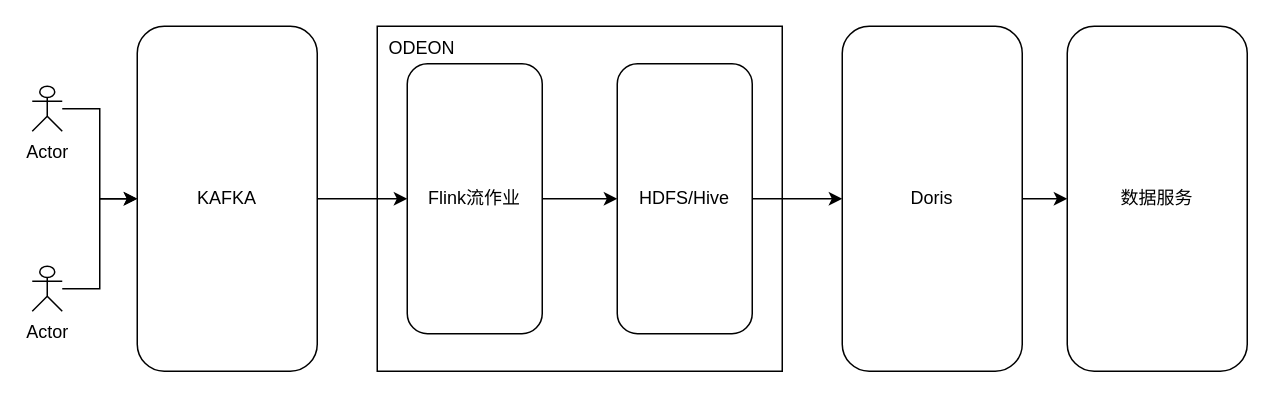
The draw.io diagram H5页面活动.drawio in shaozc3g/draw_io, before the edit. Source tidied: cells renumbered, new cells numbered last; positions are measured from the earlier drawing's top-left corner, leaving out a move shared by most shapes. Both pictures are drawn from the tidied source at 150%, with x=0, y=0 at pixel (32, 26).
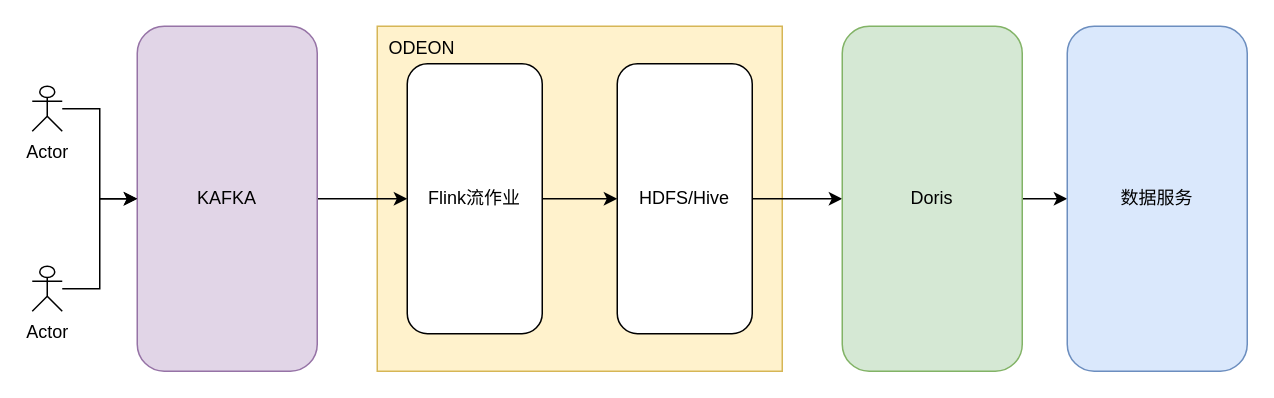
The same page after the edit.

Commit message (it also covers changes not shown here):
更新H5页面活动.drawio

The edit, as a diff of the source:
```diff
@@
 <mxGraphModel>
   <root>
     <mxCell id="0" />
     <mxCell id="1" parent="0" />
-    <mxCell id="2" style="rounded=0;whiteSpace=wrap;html=1;" parent="1" vertex="1">
+    <mxCell id="2" style="rounded=0;whiteSpace=wrap;html=1;fillColor=#fff2cc;strokeColor=#d6b656;" parent="1" vertex="1">
       <mxGeometry x="230" width="270" height="230" as="geometry" />
     </mxCell>
     <mxCell id="3" style="edgeStyle=orthogonalEdgeStyle;rounded=0;jettySize=auto;html=1;" parent="1" edge="1" source="4" target="12">
       <mxGeometry relative="1" as="geometry" />
     </mxCell>
-    <mxCell id="4" style="rounded=1;whiteSpace=wrap;html=1;" parent="1" vertex="1">
+    <mxCell id="4" style="rounded=1;whiteSpace=wrap;html=1;fillColor=#e1d5e7;strokeColor=#9673a6;" parent="1" vertex="1">
       <mxGeometry x="70" width="120" height="230" as="geometry" />
     </mxCell>
     <mxCell id="5" style="edgeStyle=orthogonalEdgeStyle;rounded=0;jettySize=auto;html=1;" parent="1" edge="1" source="6" target="4">
       <mxGeometry relative="1" as="geometry" />
     </mxCell>
     <mxCell id="6" value="Actor" style="shape=umlActor;verticalLabelPosition=bottom;verticalAlign=top;html=1;outlineConnect=0;" parent="1" vertex="1">
       <mxGeometry y="40" width="20" height="30" as="geometry" />
     </mxCell>
     <mxCell id="7" style="edgeStyle=orthogonalEdgeStyle;rounded=0;jettySize=auto;html=1;" parent="1" edge="1" source="8" target="4">
       <mxGeometry relative="1" as="geometry" />
     </mxCell>
     <mxCell id="8" value="Actor" style="shape=umlActor;verticalLabelPosition=bottom;verticalAlign=top;html=1;outlineConnect=0;" parent="1" vertex="1">
       <mxGeometry y="160" width="20" height="30" as="geometry" />
     </mxCell>
     <mxCell id="9" value="KAFKA" style="text;html=1;align=center;verticalAlign=middle;whiteSpace=wrap;rounded=0;" parent="1" vertex="1">
       <mxGeometry x="100" y="100" width="60" height="30" as="geometry" />
     </mxCell>
     <mxCell id="10" value="ODEON" style="text;html=1;align=center;verticalAlign=middle;whiteSpace=wrap;rounded=0;" parent="1" vertex="1">
       <mxGeometry x="230" width="60" height="30" as="geometry" />
     </mxCell>
     <mxCell id="11" style="edgeStyle=orthogonalEdgeStyle;rounded=0;jettySize=auto;html=1;" parent="1" edge="1" source="12" target="14">
       <mxGeometry relative="1" as="geometry" />
     </mxCell>
     <mxCell id="12" value="Flink流作业" style="rounded=1;whiteSpace=wrap;html=1;" parent="1" vertex="1">
       <mxGeometry x="250" y="25" width="90" height="180" as="geometry" />
     </mxCell>
     <mxCell id="13" style="edgeStyle=orthogonalEdgeStyle;rounded=0;jettySize=auto;html=1;" parent="1" edge="1" source="14" target="16">
       <mxGeometry relative="1" as="geometry" />
     </mxCell>
     <mxCell id="14" value="HDFS/Hive" style="rounded=1;whiteSpace=wrap;html=1;" parent="1" vertex="1">
       <mxGeometry x="390" y="25" width="90" height="180" as="geometry" />
     </mxCell>
     <mxCell id="15" style="edgeStyle=orthogonalEdgeStyle;rounded=0;jettySize=auto;html=1;" parent="1" edge="1" source="16" target="17">
       <mxGeometry relative="1" as="geometry" />
     </mxCell>
-    <mxCell id="16" value="Doris" style="rounded=1;whiteSpace=wrap;html=1;" parent="1" vertex="1">
+    <mxCell id="16" value="Doris" style="rounded=1;whiteSpace=wrap;html=1;fillColor=#d5e8d4;strokeColor=#82b366;" parent="1" vertex="1">
       <mxGeometry x="540" width="120" height="230" as="geometry" />
     </mxCell>
-    <mxCell id="17" value="数据服务" style="rounded=1;whiteSpace=wrap;html=1;" parent="1" vertex="1">
+    <mxCell id="17" value="数据服务" style="rounded=1;whiteSpace=wrap;html=1;fillColor=#dae8fc;strokeColor=#6c8ebf;" parent="1" vertex="1">
       <mxGeometry x="690" width="120" height="230" as="geometry" />
     </mxCell>
   </root>
 </mxGraphModel>
```
